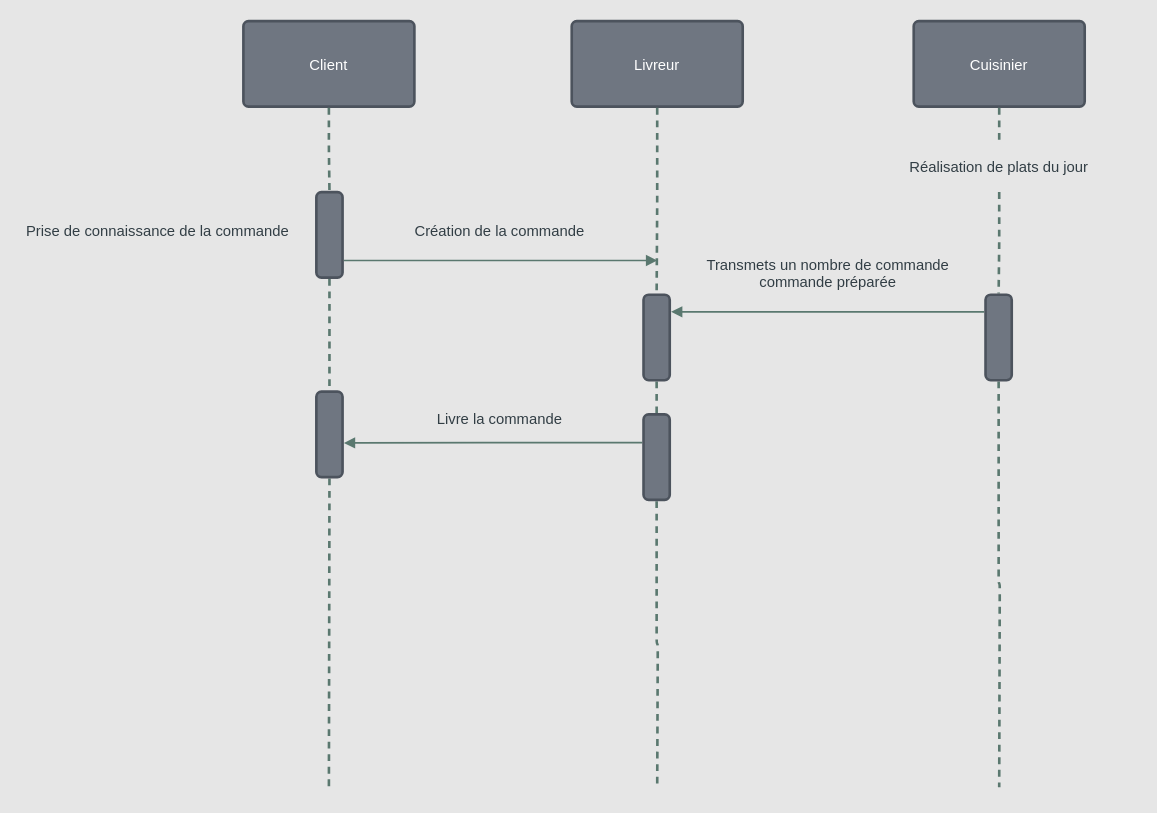
The draw.io diagram page "Diagramme de séquence - Ajout d’un plat du jour" (7 of 8) of P4_jourde_florian/P4_01_schémaUML/ExpressFood - Domain Driven Design.drawio in FlorianJourde/OpenClassrooms-3-Design-the-technical-solution-for-an-online-restaurant-application-ExpressFood, before the edit. Source tidied: cells renumbered, new cells numbered last; positions are measured from the earlier drawing's top-left corner, leaving out a move shared by most shapes. Both pictures are drawn from the tidied source at 114%, with x=0, y=0 at pixel (21, 21).
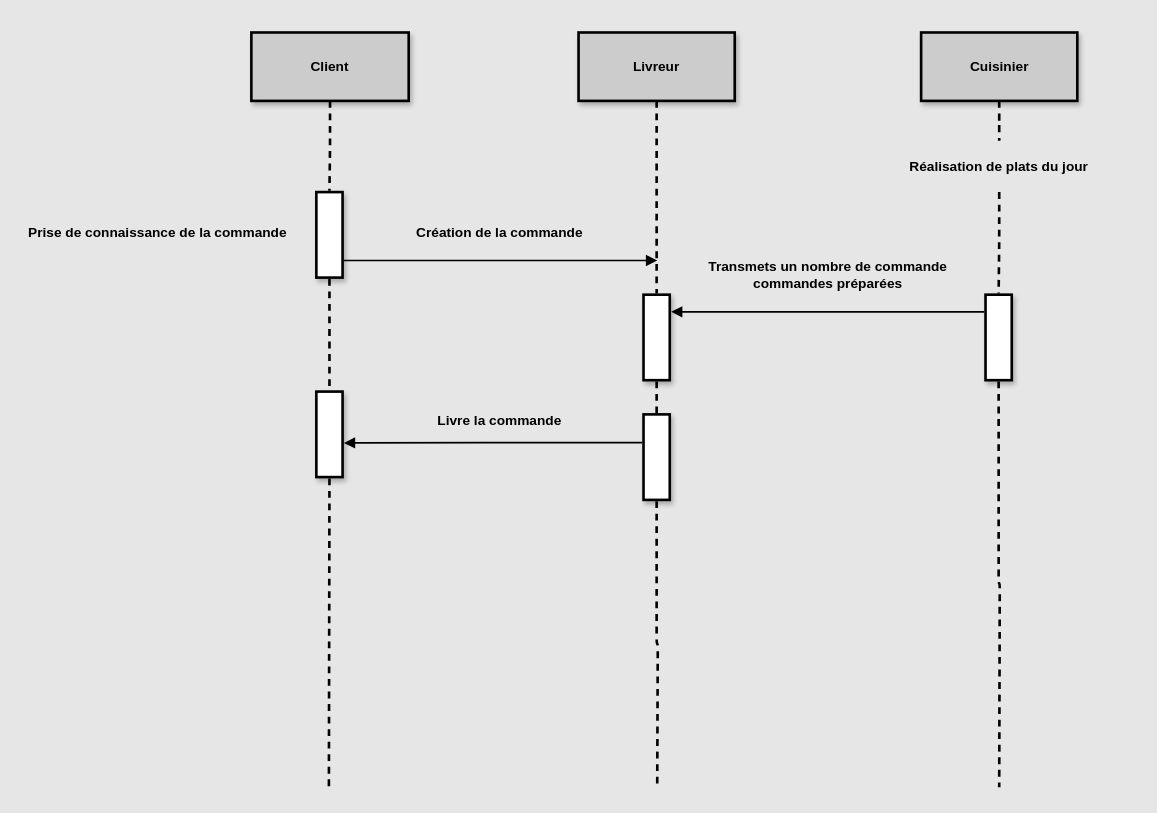
The same page after the edit.

Diff of the diagram source:
```diff
@@
-    <mxCell id="2" value="Client" style="html=1;overflow=block;blockSpacing=1;whiteSpace=wrap;fontSize=13;fontColor=#ffffff;spacing=9;strokeColor=#4c535d;strokeOpacity=100;fillOpacity=100;rounded=1;absoluteArcSize=1;arcSize=9;fillColor=#6f7681;strokeWidth=2.3;" parent="1" vertex="1">
-      <mxGeometry x="195" width="150" height="75" as="geometry" />
-    </mxCell>
-    <mxCell id="3" value="Cuisinier" style="html=1;overflow=block;blockSpacing=1;whiteSpace=wrap;fontSize=13;fontColor=#ffffff;spacing=9;strokeColor=#4c535d;strokeOpacity=100;fillOpacity=100;rounded=1;absoluteArcSize=1;arcSize=9;fillColor=#6f7681;strokeWidth=2.3;" parent="1" vertex="1">
-      <mxGeometry x="783" width="150" height="75" as="geometry" />
-    </mxCell>
-    <mxCell id="4" value="Livreur" style="html=1;overflow=block;blockSpacing=1;whiteSpace=wrap;fontSize=13;fontColor=#ffffff;spacing=9;strokeColor=#4c535d;strokeOpacity=100;fillOpacity=100;rounded=1;absoluteArcSize=1;arcSize=9;fillColor=#6f7681;strokeWidth=2.3;" parent="1" vertex="1">
-      <mxGeometry x="483" width="150" height="75" as="geometry" />
+    <mxCell id="4" value="Livreur" style="html=1;overflow=block;blockSpacing=1;whiteSpace=wrap;fontSize=12;spacing=20;strokeOpacity=100;fillOpacity=100;rounded=0;absoluteArcSize=1;arcSize=9;strokeWidth=2.3;shadow=1;fontStyle=1;spacingTop=0;align=center;verticalAlign=middle;fillColor=#CCCCCC;strokeColor=#000000;" parent="1" vertex="1">
+      <mxGeometry x="489" y="10" width="137" height="60" as="geometry" />
     </mxCell>
-    <mxCell id="5" style="html=1;jettySize=18;whiteSpace=wrap;fontSize=13;strokeColor=#5A786F;dashed=1;fixDash=1;dashPattern=6 5;strokeWidth=2.3;rounded=1;arcSize=12;edgeStyle=orthogonalEdgeStyle;startArrow=none;endArrow=none;exitX=0.5;exitY=1.015;exitPerimeter=0;" parent="1" edge="1" source="21">
+    <mxCell id="5" style="html=1;jettySize=18;whiteSpace=wrap;fontSize=13;dashed=1;fixDash=1;dashPattern=6 5;strokeWidth=2.3;rounded=1;arcSize=12;edgeStyle=orthogonalEdgeStyle;startArrow=none;endArrow=none;exitX=0.5;exitY=1.015;exitPerimeter=0;" parent="1" edge="1" source="21">
       <mxGeometry relative="1" as="geometry">
         <mxPoint x="270" y="675" as="targetPoint" />
       </mxGeometry>
     </mxCell>
-    <mxCell id="6" style="html=1;jettySize=18;whiteSpace=wrap;fontSize=13;strokeColor=#5A786F;dashed=1;fixDash=1;dashPattern=6 5;strokeWidth=2.3;rounded=1;arcSize=12;edgeStyle=orthogonalEdgeStyle;startArrow=none;endArrow=none;exitX=0.5;exitY=1.015;exitPerimeter=0;entryX=0.5;entryY=-0.015;entryPerimeter=0;" parent="1" edge="1" source="2" target="14">
+    <mxCell id="6" style="html=1;jettySize=18;whiteSpace=wrap;fontSize=12;dashed=1;fixDash=1;dashPattern=6 5;strokeWidth=2.3;rounded=1;arcSize=12;edgeStyle=orthogonalEdgeStyle;startArrow=none;endArrow=none;entryX=0.5;entryY=-0.015;entryPerimeter=0;" parent="1" edge="1" source="2" target="14">
       <mxGeometry relative="1" as="geometry" />
     </mxCell>
-    <mxCell id="7" style="html=1;jettySize=18;whiteSpace=wrap;fontSize=13;strokeColor=#5A786F;dashed=1;fixDash=1;dashPattern=6 5;strokeWidth=2.3;rounded=1;arcSize=12;edgeStyle=orthogonalEdgeStyle;startArrow=none;endArrow=none;exitX=0.5;exitY=1.015;exitPerimeter=0;entryX=0.5;entryY=-0.015;entryPerimeter=0;" parent="1" edge="1" source="14" target="21">
+    <mxCell id="7" style="html=1;jettySize=18;whiteSpace=wrap;fontSize=12;dashed=1;fixDash=1;dashPattern=6 5;strokeWidth=2.3;rounded=1;arcSize=12;edgeStyle=orthogonalEdgeStyle;startArrow=none;endArrow=none;exitX=0.5;exitY=1.015;exitPerimeter=0;entryX=0.5;entryY=-0.015;entryPerimeter=0;" parent="1" edge="1" source="14" target="21">
       <mxGeometry relative="1" as="geometry" />
     </mxCell>
-    <mxCell id="8" style="html=1;jettySize=18;whiteSpace=wrap;fontSize=13;strokeColor=#5A786F;dashed=1;fixDash=1;dashPattern=6 5;strokeWidth=2.3;rounded=1;arcSize=12;edgeStyle=orthogonalEdgeStyle;startArrow=none;endArrow=none;exitX=0.5;exitY=1.015;exitPerimeter=0;entryX=0.5;entryY=-0.015;entryPerimeter=0;" parent="1" edge="1" source="18" target="24">
+    <mxCell id="8" style="html=1;jettySize=18;whiteSpace=wrap;fontSize=12;dashed=1;fixDash=1;dashPattern=6 5;strokeWidth=2.3;rounded=1;arcSize=12;edgeStyle=orthogonalEdgeStyle;startArrow=none;endArrow=none;exitX=0.5;exitY=1.015;exitPerimeter=0;entryX=0.5;entryY=-0.015;entryPerimeter=0;" parent="1" edge="1" source="18" target="24">
       <mxGeometry relative="1" as="geometry" />
     </mxCell>
-    <mxCell id="9" style="html=1;jettySize=18;whiteSpace=wrap;fontSize=13;strokeColor=#5A786F;dashed=1;fixDash=1;dashPattern=6 5;strokeWidth=2.3;rounded=1;arcSize=12;edgeStyle=orthogonalEdgeStyle;startArrow=none;endArrow=none;exitX=0.5;exitY=1.015;exitPerimeter=0;entryX=0.5;entryY=-0.015;entryPerimeter=0;" parent="1" edge="1" source="4" target="18">
+    <mxCell id="9" style="html=1;jettySize=18;whiteSpace=wrap;fontSize=12;dashed=1;fixDash=1;dashPattern=6 5;strokeWidth=2.3;rounded=1;arcSize=12;edgeStyle=orthogonalEdgeStyle;startArrow=none;endArrow=none;entryX=0.5;entryY=-0.015;entryPerimeter=0;" parent="1" edge="1" source="4" target="18">
       <mxGeometry relative="1" as="geometry" />
     </mxCell>
-    <mxCell id="10" style="html=1;jettySize=18;whiteSpace=wrap;fontSize=13;strokeColor=#5A786F;dashed=1;fixDash=1;dashPattern=6 5;strokeWidth=2.3;rounded=1;arcSize=12;edgeStyle=orthogonalEdgeStyle;startArrow=none;endArrow=none;exitX=0.5;exitY=1.015;exitPerimeter=0;" parent="1" edge="1" source="24">
+    <mxCell id="10" style="html=1;jettySize=18;whiteSpace=wrap;fontSize=13;dashed=1;fixDash=1;dashPattern=6 5;strokeWidth=2.3;rounded=1;arcSize=12;edgeStyle=orthogonalEdgeStyle;startArrow=none;endArrow=none;exitX=0.5;exitY=1.015;exitPerimeter=0;" parent="1" edge="1" source="24">
       <mxGeometry relative="1" as="geometry">
         <mxPoint x="558" y="673" as="targetPoint" />
       </mxGeometry>
     </mxCell>
-    <mxCell id="11" style="html=1;jettySize=18;whiteSpace=wrap;fontSize=13;strokeColor=#5A786F;dashed=1;fixDash=1;dashPattern=6 5;strokeWidth=2.3;rounded=1;arcSize=12;edgeStyle=orthogonalEdgeStyle;startArrow=none;endArrow=none;exitX=0.5;exitY=1;exitPerimeter=0;entryX=0.5;entryY=-0.015;entryPerimeter=0;" parent="1" edge="1" source="26" target="17">
+    <mxCell id="11" style="html=1;jettySize=18;whiteSpace=wrap;fontSize=12;dashed=1;fixDash=1;dashPattern=6 5;strokeWidth=2.3;rounded=1;arcSize=12;edgeStyle=orthogonalEdgeStyle;startArrow=none;endArrow=none;exitX=0.5;exitY=1;exitPerimeter=0;entryX=0.5;entryY=-0.015;entryPerimeter=0;" parent="1" edge="1" source="26" target="17">
       <mxGeometry relative="1" as="geometry" />
     </mxCell>
-    <mxCell id="12" style="html=1;jettySize=18;whiteSpace=wrap;fontSize=13;strokeColor=#5A786F;dashed=1;fixDash=1;dashPattern=6 5;strokeWidth=2.3;rounded=1;arcSize=12;edgeStyle=orthogonalEdgeStyle;startArrow=none;endArrow=none;exitX=0.5;exitY=1.015;exitPerimeter=0;" parent="1" edge="1" source="17">
+    <mxCell id="12" style="html=1;jettySize=18;whiteSpace=wrap;fontSize=13;dashed=1;fixDash=1;dashPattern=6 5;strokeWidth=2.3;rounded=1;arcSize=12;edgeStyle=orthogonalEdgeStyle;startArrow=none;endArrow=none;exitX=0.5;exitY=1.015;exitPerimeter=0;" parent="1" edge="1" source="17">
       <mxGeometry relative="1" as="geometry">
         <mxPoint x="858" y="672" as="targetPoint" />
       </mxGeometry>
     </mxCell>
-    <mxCell id="13" style="html=1;jettySize=18;whiteSpace=wrap;fontSize=13;strokeColor=#5A786F;dashed=1;fixDash=1;dashPattern=6 5;strokeWidth=2.3;rounded=1;arcSize=12;edgeStyle=orthogonalEdgeStyle;startArrow=none;endArrow=none;exitX=0.5;exitY=1.015;exitPerimeter=0;entryX=0.5;entryY=0;entryPerimeter=0;" parent="1" edge="1" source="3" target="26">
+    <mxCell id="13" style="html=1;jettySize=18;whiteSpace=wrap;fontSize=12;dashed=1;fixDash=1;dashPattern=6 5;strokeWidth=2.3;rounded=1;arcSize=12;edgeStyle=orthogonalEdgeStyle;startArrow=none;endArrow=none;entryX=0.5;entryY=0;entryPerimeter=0;" parent="1" edge="1" source="3" target="26">
       <mxGeometry relative="1" as="geometry" />
     </mxCell>
-    <mxCell id="14" style="html=1;overflow=block;blockSpacing=1;whiteSpace=wrap;fontSize=13;spacing=9;strokeColor=#4c535d;strokeOpacity=100;fillOpacity=100;rounded=1;absoluteArcSize=1;arcSize=9;fillColor=#6f7681;strokeWidth=2.3;" parent="1" vertex="1">
+    <mxCell id="14" style="html=1;overflow=block;blockSpacing=1;whiteSpace=wrap;fontSize=12;spacing=9;strokeOpacity=100;fillOpacity=100;rounded=0;absoluteArcSize=1;arcSize=9;strokeWidth=2.3;shadow=1;" parent="1" vertex="1">
       <mxGeometry x="259" y="150" width="23" height="75" as="geometry" />
     </mxCell>
-    <mxCell id="15" style="html=1;jettySize=18;whiteSpace=wrap;fontSize=13;strokeColor=#5A786F;strokeWidth=1.5;rounded=1;arcSize=12;edgeStyle=orthogonalEdgeStyle;startArrow=none;endArrow=block;endFill=1;exitX=1.05;exitY=0.8;exitPerimeter=0;" parent="1" edge="1" source="14">
+    <mxCell id="15" style="html=1;jettySize=18;whiteSpace=wrap;fontSize=12;strokeWidth=1.5;rounded=1;arcSize=12;edgeStyle=orthogonalEdgeStyle;startArrow=none;endArrow=block;endFill=1;exitX=1.05;exitY=0.8;exitPerimeter=0;" parent="1" edge="1" source="14">
       <mxGeometry relative="1" as="geometry">
         <mxPoint x="558" y="210" as="targetPoint" />
       </mxGeometry>
     </mxCell>
-    <mxCell id="16" value="Création de la commande" style="html=1;overflow=block;blockSpacing=1;whiteSpace=wrap;fontSize=13;fontColor=#323e45;align=center;spacing=3.8;verticalAlign=bottom;strokeOpacity=0;fillOpacity=0;rounded=1;absoluteArcSize=1;arcSize=9;fillColor=#ffffff;strokeWidth=2.3;" parent="1" vertex="1">
+    <mxCell id="16" value="Création de la commande" style="html=1;overflow=block;blockSpacing=1;whiteSpace=wrap;fontSize=12;align=center;spacing=3.8;verticalAlign=bottom;strokeOpacity=0;fillOpacity=0;rounded=1;absoluteArcSize=1;arcSize=9;strokeWidth=2.3;fontStyle=1;" parent="1" vertex="1">
       <mxGeometry x="300" y="150" width="240" height="45" as="geometry" />
     </mxCell>
-    <mxCell id="17" style="html=1;overflow=block;blockSpacing=1;whiteSpace=wrap;fontSize=13;spacing=9;strokeColor=#4c535d;strokeOpacity=100;fillOpacity=100;rounded=1;absoluteArcSize=1;arcSize=9;fillColor=#6f7681;strokeWidth=2.3;" parent="1" vertex="1">
+    <mxCell id="17" style="html=1;overflow=block;blockSpacing=1;whiteSpace=wrap;fontSize=12;spacing=9;strokeOpacity=100;fillOpacity=100;rounded=0;absoluteArcSize=1;arcSize=9;strokeWidth=2.3;shadow=1;" parent="1" vertex="1">
       <mxGeometry x="846" y="240" width="23" height="75" as="geometry" />
     </mxCell>
-    <mxCell id="18" style="html=1;overflow=block;blockSpacing=1;whiteSpace=wrap;fontSize=13;spacing=9;strokeColor=#4c535d;strokeOpacity=100;fillOpacity=100;rounded=1;absoluteArcSize=1;arcSize=9;fillColor=#6f7681;strokeWidth=2.3;" parent="1" vertex="1">
+    <mxCell id="18" style="html=1;overflow=block;blockSpacing=1;whiteSpace=wrap;fontSize=12;spacing=9;strokeOpacity=100;fillOpacity=100;rounded=0;absoluteArcSize=1;arcSize=9;strokeWidth=2.3;shadow=1;" parent="1" vertex="1">
       <mxGeometry x="546" y="240" width="23" height="75" as="geometry" />
     </mxCell>
-    <mxCell id="19" style="html=1;jettySize=18;whiteSpace=wrap;fontSize=13;strokeColor=#5A786F;strokeWidth=1.5;rounded=1;arcSize=12;edgeStyle=orthogonalEdgeStyle;startArrow=none;endArrow=block;endFill=1;exitX=-0.05;exitY=0.2;exitPerimeter=0;entryX=1.05;entryY=0.2;entryPerimeter=0;" parent="1" edge="1" source="17" target="18">
+    <mxCell id="19" style="html=1;jettySize=18;whiteSpace=wrap;fontSize=12;strokeWidth=1.5;rounded=1;arcSize=12;edgeStyle=orthogonalEdgeStyle;startArrow=none;endArrow=block;endFill=1;exitX=-0.05;exitY=0.2;exitPerimeter=0;entryX=1.05;entryY=0.2;entryPerimeter=0;" parent="1" edge="1" source="17" target="18">
       <mxGeometry relative="1" as="geometry" />
     </mxCell>
-    <mxCell id="20" value="Transmets un nombre de commande commande préparée" style="html=1;overflow=block;blockSpacing=1;whiteSpace=wrap;fontSize=13;fontColor=#323e45;align=center;spacing=3.8;verticalAlign=bottom;strokeOpacity=0;fillOpacity=0;rounded=1;absoluteArcSize=1;arcSize=9;fillColor=#ffffff;strokeWidth=2.3;" parent="1" vertex="1">
+    <mxCell id="20" value="Transmets un nombre de commande commandes préparées" style="html=1;overflow=block;blockSpacing=1;whiteSpace=wrap;fontSize=12;align=center;spacing=3.8;verticalAlign=bottom;strokeOpacity=0;fillOpacity=0;rounded=1;absoluteArcSize=1;arcSize=9;strokeWidth=2.3;fontStyle=1;" parent="1" vertex="1">
       <mxGeometry x="588" y="195" width="240" height="45" as="geometry" />
     </mxCell>
-    <mxCell id="21" style="html=1;overflow=block;blockSpacing=1;whiteSpace=wrap;fontSize=13;spacing=9;strokeColor=#4c535d;strokeOpacity=100;fillOpacity=100;rounded=1;absoluteArcSize=1;arcSize=9;fillColor=#6f7681;strokeWidth=2.3;" parent="1" vertex="1">
+    <mxCell id="21" style="html=1;overflow=block;blockSpacing=1;whiteSpace=wrap;fontSize=12;spacing=9;strokeOpacity=100;fillOpacity=100;rounded=0;absoluteArcSize=1;arcSize=9;strokeWidth=2.3;shadow=1;" parent="1" vertex="1">
       <mxGeometry x="259" y="325" width="23" height="75" as="geometry" />
     </mxCell>
-    <mxCell id="22" style="html=1;jettySize=18;whiteSpace=wrap;fontSize=13;strokeColor=#5A786F;strokeWidth=1.5;rounded=1;arcSize=12;edgeStyle=orthogonalEdgeStyle;startArrow=none;endArrow=block;endFill=1;exitX=-0.05;exitY=0.33;exitPerimeter=0;entryX=1.05;entryY=0.6;entryPerimeter=0;" parent="1" edge="1" source="24" target="21">
+    <mxCell id="22" style="html=1;jettySize=18;whiteSpace=wrap;fontSize=12;strokeWidth=1.5;rounded=1;arcSize=12;edgeStyle=orthogonalEdgeStyle;startArrow=none;endArrow=block;endFill=1;exitX=-0.05;exitY=0.33;exitPerimeter=0;entryX=1.05;entryY=0.6;entryPerimeter=0;" parent="1" edge="1" source="24" target="21">
       <mxGeometry relative="1" as="geometry" />
     </mxCell>
-    <mxCell id="23" value="Livre la commande" style="html=1;overflow=block;blockSpacing=1;whiteSpace=wrap;fontSize=13;fontColor=#323e45;align=center;spacing=3.8;verticalAlign=bottom;strokeOpacity=0;fillOpacity=0;rounded=1;absoluteArcSize=1;arcSize=9;fillColor=#ffffff;strokeWidth=2.3;" parent="1" vertex="1">
+    <mxCell id="23" value="Livre la commande" style="html=1;overflow=block;blockSpacing=1;whiteSpace=wrap;fontSize=12;align=center;spacing=3.8;verticalAlign=bottom;strokeOpacity=0;fillOpacity=0;rounded=1;absoluteArcSize=1;arcSize=9;strokeWidth=2.3;fontStyle=1;" parent="1" vertex="1">
       <mxGeometry x="300" y="315" width="240" height="45" as="geometry" />
     </mxCell>
-    <mxCell id="24" style="html=1;overflow=block;blockSpacing=1;whiteSpace=wrap;fontSize=13;spacing=9;strokeColor=#4c535d;strokeOpacity=100;fillOpacity=100;rounded=1;absoluteArcSize=1;arcSize=9;fillColor=#6f7681;strokeWidth=2.3;" parent="1" vertex="1">
+    <mxCell id="24" style="html=1;overflow=block;blockSpacing=1;whiteSpace=wrap;fontSize=12;spacing=9;strokeOpacity=100;fillOpacity=100;rounded=0;absoluteArcSize=1;arcSize=9;strokeWidth=2.3;shadow=1;" parent="1" vertex="1">
       <mxGeometry x="546" y="345" width="23" height="75" as="geometry" />
     </mxCell>
-    <mxCell id="25" value="Prise de connaissance de la commande" style="html=1;overflow=block;blockSpacing=1;whiteSpace=wrap;fontSize=13;fontColor=#323e45;align=center;spacing=3.8;verticalAlign=bottom;strokeOpacity=0;fillOpacity=0;rounded=1;absoluteArcSize=1;arcSize=9;fillColor=#ffffff;strokeWidth=2.3;" parent="1" vertex="1">
+    <mxCell id="25" value="Prise de connaissance de la commande" style="html=1;overflow=block;blockSpacing=1;whiteSpace=wrap;fontSize=12;align=center;spacing=3.8;verticalAlign=bottom;strokeOpacity=0;fillOpacity=0;rounded=1;absoluteArcSize=1;arcSize=9;strokeWidth=2.3;fontStyle=1;" parent="1" vertex="1">
       <mxGeometry y="150" width="240" height="45" as="geometry" />
     </mxCell>
-    <mxCell id="26" value="Réalisation de plats du jour" style="html=1;overflow=block;blockSpacing=1;whiteSpace=wrap;fontSize=13;fontColor=#323e45;align=center;spacing=3.8;verticalAlign=middle;strokeOpacity=0;fillOpacity=0;rounded=1;absoluteArcSize=1;arcSize=9;fillColor=#ffffff;strokeWidth=2.3;" parent="1" vertex="1">
+    <mxCell id="26" value="Réalisation de plats du jour" style="html=1;overflow=block;blockSpacing=1;whiteSpace=wrap;fontSize=12;align=center;spacing=3.8;verticalAlign=middle;strokeOpacity=0;fillOpacity=0;rounded=1;absoluteArcSize=1;arcSize=9;strokeWidth=2.3;fontStyle=1;" parent="1" vertex="1">
       <mxGeometry x="738" y="105" width="240" height="45" as="geometry" />
     </mxCell>
+    <mxCell id="2" value="Client" style="html=1;overflow=block;blockSpacing=1;whiteSpace=wrap;fontSize=12;spacing=20;strokeOpacity=100;fillOpacity=100;rounded=0;absoluteArcSize=1;arcSize=9;strokeWidth=2.3;shadow=1;fontStyle=1;spacingTop=0;align=center;verticalAlign=middle;fillColor=#CCCCCC;strokeColor=#000000;" parent="1" vertex="1">
+      <mxGeometry x="202" y="10" width="138" height="60" as="geometry" />
+    </mxCell>
+    <mxCell id="3" value="Cuisinier" style="html=1;overflow=block;blockSpacing=1;whiteSpace=wrap;fontSize=12;spacing=20;strokeOpacity=100;fillOpacity=100;rounded=0;absoluteArcSize=1;arcSize=9;strokeWidth=2.3;shadow=1;fontStyle=1;spacingTop=0;align=center;verticalAlign=middle;fillColor=#CCCCCC;strokeColor=#000000;" parent="1" vertex="1">
+      <mxGeometry x="789.5" y="10" width="137" height="60" as="geometry" />
+    </mxCell>
```
